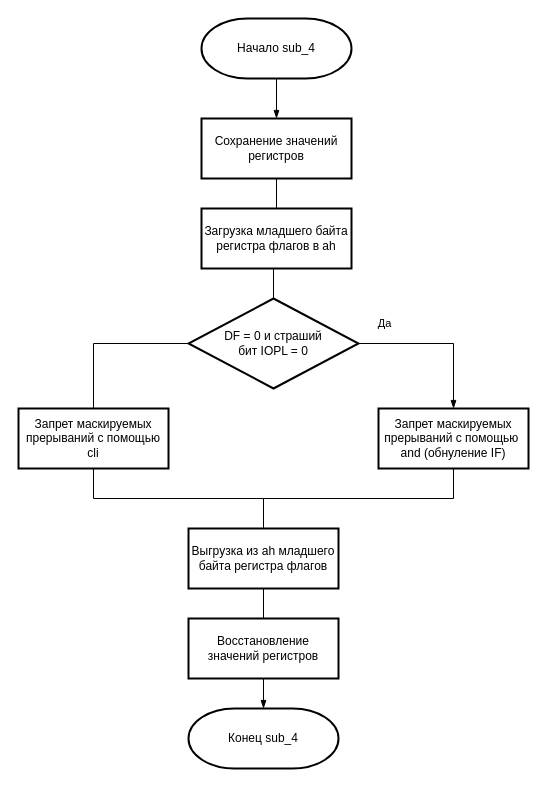
katya-varlamova/5-sem-os keeps this draw.io diagram as page "Page-2" (3 of 3) of lab_01/part1/docs/algo.drawio. Above is the earlier version. Source tidied: cells renumbered, new cells numbered last; positions are measured from the earlier drawing's top-left corner, leaving out a move shared by most shapes. Both pictures are drawn from the tidied source at 100%, with x=0, y=0 at pixel (18, 18).
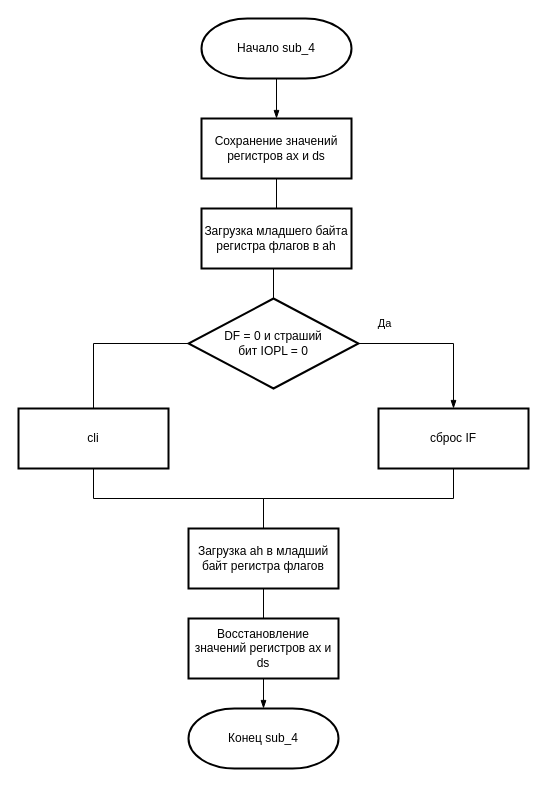
After the change.

Change to the diagram source:
```diff
@@
 <mxGraphModel>
   <root>
     <mxCell id="0" />
     <mxCell id="1" parent="0" />
     <mxCell id="2" style="edgeStyle=orthogonalEdgeStyle;rounded=0;jettySize=auto;html=1;exitX=0.5;exitY=1;exitDx=0;exitDy=0;entryX=0.5;entryY=0;entryDx=0;entryDy=0;endArrow=none;endFill=0;fontSize=11;" parent="1" edge="1" source="3" target="17">
       <mxGeometry relative="1" as="geometry" />
     </mxCell>
-    <mxCell id="3" value="Запрет маскируемых прерываний с помощью&amp;nbsp;&lt;br&gt;and (обнуление IF)" style="rounded=0;whiteSpace=wrap;html=1;absoluteArcSize=1;arcSize=14;strokeWidth=2;" parent="1" vertex="1">
+    <mxCell id="3" value="сброс IF" style="rounded=0;whiteSpace=wrap;html=1;absoluteArcSize=1;arcSize=14;strokeWidth=2;" parent="1" vertex="1">
       <mxGeometry x="360" y="390" width="150" height="60" as="geometry" />
     </mxCell>
     <mxCell id="4" style="edgeStyle=orthogonalEdgeStyle;rounded=0;jettySize=auto;html=1;exitX=0;exitY=0.5;exitDx=0;exitDy=0;exitPerimeter=0;entryX=0.5;entryY=0;entryDx=0;entryDy=0;endArrow=none;endFill=0;fontSize=11;" parent="1" edge="1" source="6" target="13">
       <mxGeometry relative="1" as="geometry" />
     </mxCell>
     <mxCell id="5" value="Да" style="edgeStyle=orthogonalEdgeStyle;rounded=0;jettySize=auto;html=1;exitX=1;exitY=0.5;exitDx=0;exitDy=0;exitPerimeter=0;entryX=0.5;entryY=0;entryDx=0;entryDy=0;endArrow=blockThin;endFill=1;fontSize=11;" parent="1" edge="1" source="6" target="3">
       <mxGeometry x="-0.67" y="20" relative="1" as="geometry" />
     </mxCell>
     <mxCell id="6" value="DF = 0 и страший &lt;br&gt;бит IOPL = 0" style="strokeWidth=2;html=1;shape=mxgraph.flowchart.decision;whiteSpace=wrap;rounded=1;" parent="1" vertex="1">
       <mxGeometry x="170" y="280" width="170" height="90" as="geometry" />
     </mxCell>
     <mxCell id="7" value="Конец sub_4" style="strokeWidth=2;html=1;shape=mxgraph.flowchart.terminator;whiteSpace=wrap;" parent="1" vertex="1">
       <mxGeometry x="170" y="690" width="150" height="60" as="geometry" />
     </mxCell>
     <mxCell id="8" style="edgeStyle=orthogonalEdgeStyle;rounded=0;jettySize=auto;html=1;exitX=0.5;exitY=1;exitDx=0;exitDy=0;exitPerimeter=0;entryX=0.5;entryY=0;entryDx=0;entryDy=0;endArrow=blockThin;endFill=1;fontSize=11;" parent="1" edge="1" source="9" target="11">
       <mxGeometry relative="1" as="geometry" />
     </mxCell>
     <mxCell id="9" value="Начало sub_4" style="strokeWidth=2;html=1;shape=mxgraph.flowchart.terminator;whiteSpace=wrap;" parent="1" vertex="1">
       <mxGeometry x="183" width="150" height="60" as="geometry" />
     </mxCell>
     <mxCell id="10" style="edgeStyle=orthogonalEdgeStyle;rounded=0;jettySize=auto;html=1;exitX=0.5;exitY=1;exitDx=0;exitDy=0;entryX=0.5;entryY=0;entryDx=0;entryDy=0;endArrow=none;endFill=0;fontSize=11;" parent="1" edge="1" source="11" target="15">
       <mxGeometry relative="1" as="geometry" />
     </mxCell>
-    <mxCell id="11" value="Сохранение значений регистров" style="rounded=0;whiteSpace=wrap;html=1;absoluteArcSize=1;arcSize=14;strokeWidth=2;" parent="1" vertex="1">
+    <mxCell id="11" value="Сохранение значений регистров ax и ds" style="rounded=0;whiteSpace=wrap;html=1;absoluteArcSize=1;arcSize=14;strokeWidth=2;" parent="1" vertex="1">
       <mxGeometry x="183" y="100" width="150" height="60" as="geometry" />
     </mxCell>
     <mxCell id="12" style="edgeStyle=orthogonalEdgeStyle;rounded=0;jettySize=auto;html=1;exitX=0.5;exitY=1;exitDx=0;exitDy=0;entryX=0.5;entryY=0;entryDx=0;entryDy=0;endArrow=none;endFill=0;fontSize=11;" parent="1" edge="1" source="13" target="17">
       <mxGeometry relative="1" as="geometry" />
     </mxCell>
-    <mxCell id="13" value="Запрет&amp;nbsp;маскируемых прерываний&amp;nbsp;с помощью cli" style="rounded=0;whiteSpace=wrap;html=1;absoluteArcSize=1;arcSize=14;strokeWidth=2;" parent="1" vertex="1">
+    <mxCell id="13" value="cli" style="rounded=0;whiteSpace=wrap;html=1;absoluteArcSize=1;arcSize=14;strokeWidth=2;" parent="1" vertex="1">
       <mxGeometry y="390" width="150" height="60" as="geometry" />
     </mxCell>
     <mxCell id="14" style="edgeStyle=orthogonalEdgeStyle;rounded=0;jettySize=auto;html=1;exitX=0.5;exitY=1;exitDx=0;exitDy=0;entryX=0.5;entryY=0;entryDx=0;entryDy=0;entryPerimeter=0;endArrow=none;endFill=0;fontSize=11;" parent="1" edge="1" source="15" target="6">
       <mxGeometry relative="1" as="geometry" />
     </mxCell>
     <mxCell id="15" value="Загрузка младшего байта регистра флагов в ah" style="rounded=0;whiteSpace=wrap;html=1;absoluteArcSize=1;arcSize=14;strokeWidth=2;" parent="1" vertex="1">
       <mxGeometry x="183" y="190" width="150" height="60" as="geometry" />
     </mxCell>
     <mxCell id="16" style="edgeStyle=orthogonalEdgeStyle;rounded=0;jettySize=auto;html=1;exitX=0.5;exitY=1;exitDx=0;exitDy=0;entryX=0.5;entryY=0;entryDx=0;entryDy=0;endArrow=none;endFill=0;fontSize=11;" parent="1" edge="1" source="17" target="19">
       <mxGeometry relative="1" as="geometry" />
     </mxCell>
-    <mxCell id="17" value="Выгрузка из ah младшего байта регистра флагов" style="rounded=0;whiteSpace=wrap;html=1;absoluteArcSize=1;arcSize=14;strokeWidth=2;" parent="1" vertex="1">
+    <mxCell id="17" value="Загрузка ah в младший байт регистра флагов" style="rounded=0;whiteSpace=wrap;html=1;absoluteArcSize=1;arcSize=14;strokeWidth=2;" parent="1" vertex="1">
       <mxGeometry x="170" y="510" width="150" height="60" as="geometry" />
     </mxCell>
     <mxCell id="18" style="edgeStyle=orthogonalEdgeStyle;rounded=0;jettySize=auto;html=1;exitX=0.5;exitY=1;exitDx=0;exitDy=0;entryX=0.5;entryY=0;entryDx=0;entryDy=0;entryPerimeter=0;endArrow=blockThin;endFill=1;fontSize=11;" parent="1" edge="1" source="19" target="7">
       <mxGeometry relative="1" as="geometry" />
     </mxCell>
-    <mxCell id="19" value="Восстановление &lt;br&gt;значений регистров" style="rounded=0;whiteSpace=wrap;html=1;absoluteArcSize=1;arcSize=14;strokeWidth=2;" parent="1" vertex="1">
+    <mxCell id="19" value="Восстановление &lt;br&gt;значений регистров ax и ds" style="rounded=0;whiteSpace=wrap;html=1;absoluteArcSize=1;arcSize=14;strokeWidth=2;" parent="1" vertex="1">
       <mxGeometry x="170" y="600" width="150" height="60" as="geometry" />
     </mxCell>
   </root>
 </mxGraphModel>
```
